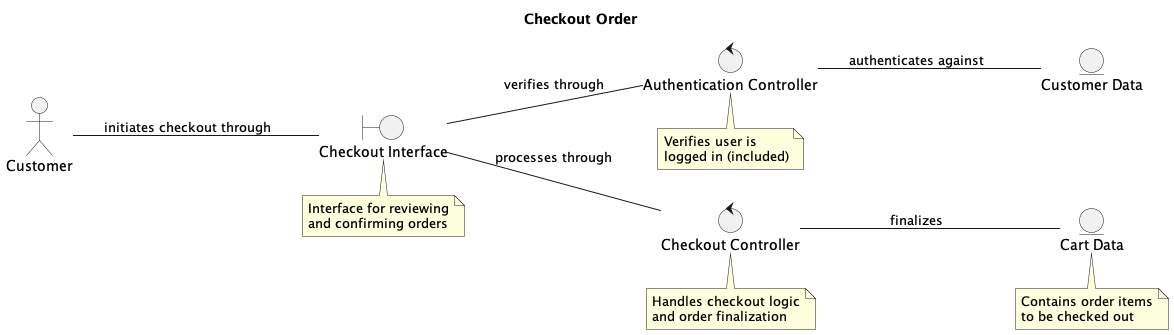
Before: Analysis/CheckoutOrder_Robustness/CheckoutOrder_Robustness.png, a diagram exported from PlantUML (nongxu/CSCI_6234_Spring_2026_G02).
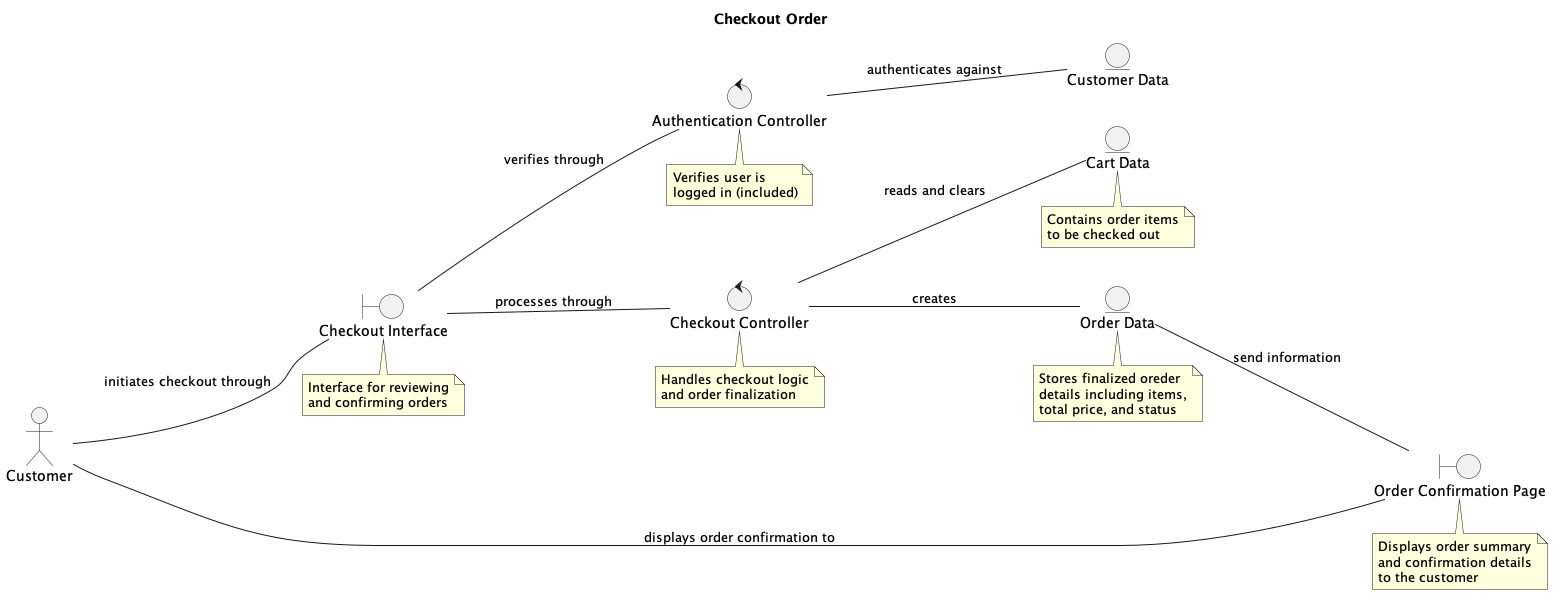
After the commit.

Diff of the diagram source:
```diff
@@ -6,18 +6,30 @@
 actor Customer
 
 boundary "Checkout Interface" as checkoutUI
+boundary "Order Confirmation Page" as confirmationUI
+
+
 
 control "Authentication Controller" as authCtrl
 control "Checkout Controller" as checkoutCtrl
 
+
+
 entity "Customer Data" as customerEntity
 entity "Cart Data" as cart
+entity "Order Data" as orderData
+
+Customer -[hidden]right- checkoutUI
+Customer -[hidden]right- confirmationUI
 
 Customer -- checkoutUI : initiates checkout through
 checkoutUI -- authCtrl : verifies through
 checkoutUI -- checkoutCtrl : processes through
 authCtrl -- customerEntity : authenticates against
-checkoutCtrl -- cart : finalizes
+checkoutCtrl -- cart : reads and clears
+checkoutCtrl -- orderData : creates
+orderData -- confirmationUI : send information
+confirmationUI -- Customer : displays order confirmation to
 
 note bottom of checkoutUI
     Interface for reviewing
@@ -39,4 +51,16 @@
     to be checked out
 end note
 
+note bottom of orderData
+    Stores finalized oreder
+    details including items,
+    total price, and status
+end note
+
+note bottom of confirmationUI
+    Displays order summary
+    and confirmation details
+    to the customer
+end note
+
 @enduml
```
